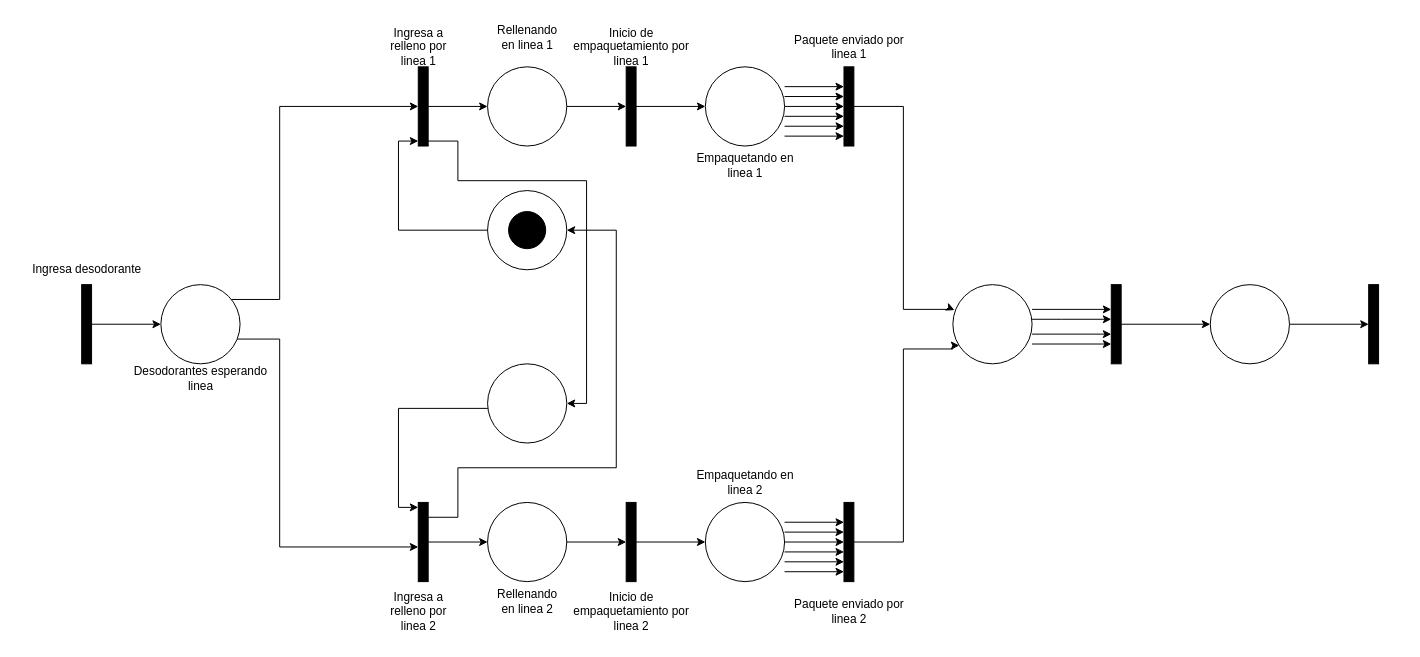
The draw.io diagram RP /Ejercicio_Adicional_4.drawio in imnotsetro/IDS-1, before the edit. Source tidied: cells renumbered, new cells numbered last; positions are measured from the earlier drawing's top-left corner, leaving out a move shared by most shapes. Both pictures are drawn from the tidied source at 99%, with x=0, y=0 at pixel (17, 17).
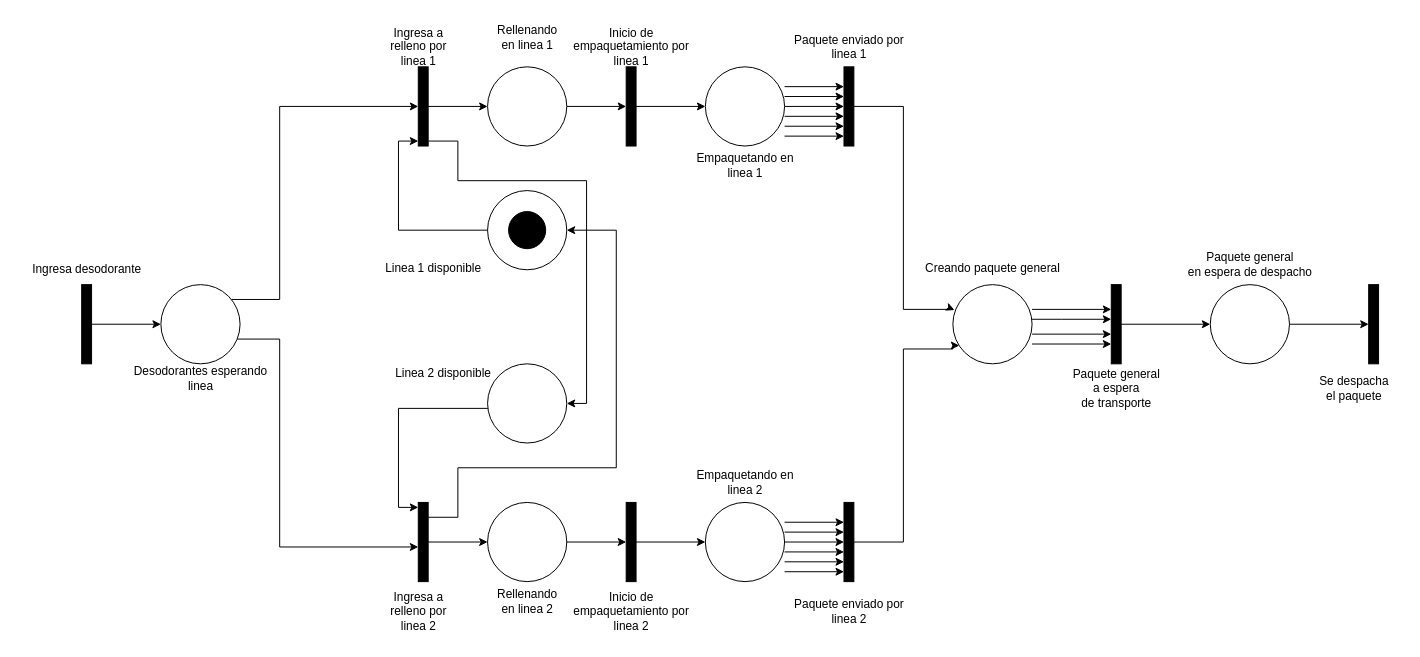
After the change.

The edit, as a diff of the source:
```diff
@@
+    <mxCell id="66" value="Linea 1 disponible" style="text;html=1;align=center;verticalAlign=middle;strokeColor=none;fillColor=none;" parent="1" vertex="1">
+      <mxGeometry x="355" y="238.8" width="130" height="30" as="geometry" />
+    </mxCell>
+    <mxCell id="67" value="Linea 2 disponible" style="text;html=1;align=center;verticalAlign=middle;strokeColor=none;fillColor=none;" parent="1" vertex="1">
+      <mxGeometry x="365" y="345" width="130" height="30" as="geometry" />
+    </mxCell>
+    <mxCell id="68" value="Creando paquete general" style="text;html=1;align=center;verticalAlign=middle;strokeColor=none;fillColor=none;" parent="1" vertex="1">
+      <mxGeometry x="905" y="238.8" width="160" height="30" as="geometry" />
+    </mxCell>
+    <mxCell id="69" value="&lt;div&gt;Paquete general&lt;/div&gt;&lt;div&gt;a espera&lt;/div&gt;&lt;div&gt;de transporte&lt;br&gt;&lt;/div&gt;" style="text;html=1;align=center;verticalAlign=middle;strokeColor=none;fillColor=none;" parent="1" vertex="1">
+      <mxGeometry x="1055" y="345" width="110" height="60" as="geometry" />
+    </mxCell>
+    <mxCell id="70" value="&lt;div&gt;Paquete general&lt;/div&gt;&lt;div&gt;en espera de despacho&lt;br&gt;&lt;/div&gt;" style="text;html=1;align=center;verticalAlign=middle;strokeColor=none;fillColor=none;" parent="1" vertex="1">
+      <mxGeometry x="1170" y="230" width="150" height="40" as="geometry" />
+    </mxCell>
+    <mxCell id="71" value="&lt;div&gt;Se despacha&lt;/div&gt;&lt;div&gt;el paquete&lt;br&gt;&lt;/div&gt;" style="text;html=1;align=center;verticalAlign=middle;strokeColor=none;fillColor=none;" parent="1" vertex="1">
+      <mxGeometry x="1300" y="355" width="100" height="40" as="geometry" />
+    </mxCell>
```
